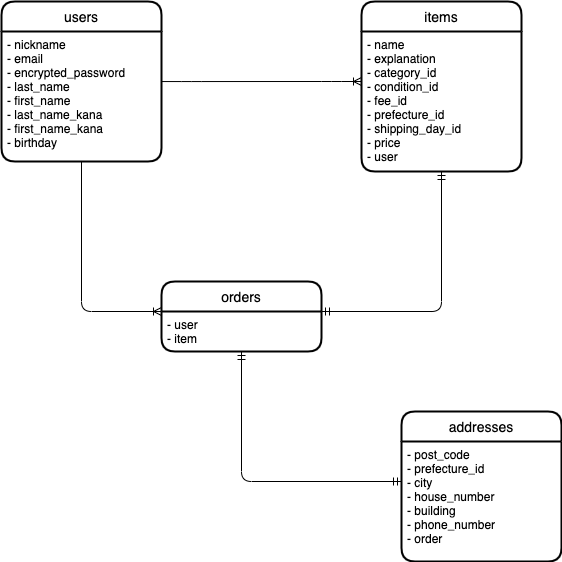
Earlier version of the draw.io export ERdiagram.drawio.png (orange-soba/furima-39531). Source tidied: cells renumbered, new cells last; positions are measured from the earlier drawing's top-left corner, leaving out a move shared by most shapes.
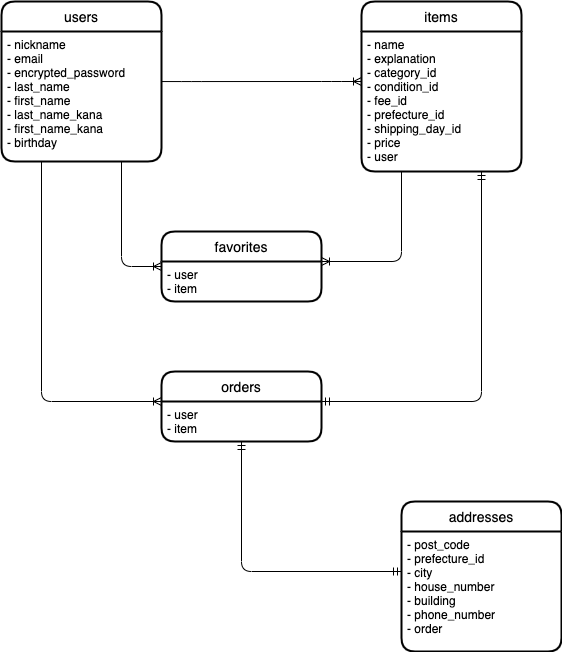
The same diagram one commit later.

Commit message:
テーブル設計

Change to the diagram source:
```diff
@@ -20,36 +20,57 @@
       </mxGeometry>
     </mxCell>
     <mxCell id="7" value="addresses" style="swimlane;horizontal=1;startSize=30;rounded=1;fontSize=14;fontStyle=0;strokeWidth=2;shadow=0;dashed=0;align=center;" parent="1" vertex="1">
-      <mxGeometry x="400" y="410" width="160" height="150" as="geometry" />
+      <mxGeometry x="400" y="500" width="160" height="150" as="geometry" />
     </mxCell>
     <mxCell id="8" value="- post_code&#10;- prefecture_id&#10;- city&#10;- house_number&#10;- building&#10;- phone_number&#10;- order" style="align=left;strokeColor=none;fillColor=none;spacingLeft=4;fontSize=12;verticalAlign=top;" parent="7" vertex="1">
       <mxGeometry y="30" width="160" height="120" as="geometry" />
     </mxCell>
     <mxCell id="9" value="orders" style="swimlane;horizontal=1;startSize=30;rounded=1;fontSize=14;fontStyle=0;strokeWidth=2;shadow=0;dashed=0;align=center;" parent="1" vertex="1">
-      <mxGeometry x="160" y="280" width="160" height="70" as="geometry" />
+      <mxGeometry x="160" y="370" width="160" height="70" as="geometry" />
     </mxCell>
     <mxCell id="10" value="- user&#10;- item" style="align=left;strokeColor=none;fillColor=none;spacingLeft=4;fontSize=12;verticalAlign=top;" parent="9" vertex="1">
       <mxGeometry y="30" width="160" height="40" as="geometry" />
     </mxCell>
-    <mxCell id="11" style="edgeStyle=orthogonalEdgeStyle;fontSize=12;html=1;endArrow=ERoneToMany;entryX=0;entryY=0;entryDx=0;entryDy=0;startArrow=none;startFill=0;sourcePerimeterSpacing=0;exitX=0.5;exitY=1;exitDx=0;exitDy=0;" parent="1" edge="1" source="3" target="10">
+    <mxCell id="11" style="edgeStyle=orthogonalEdgeStyle;fontSize=12;html=1;endArrow=ERoneToMany;entryX=0;entryY=0;entryDx=0;entryDy=0;startArrow=none;startFill=0;sourcePerimeterSpacing=0;" parent="1" edge="1" target="10">
       <mxGeometry relative="1" as="geometry">
+        <mxPoint x="40" y="160" as="sourcePoint" />
         <Array as="points">
-          <mxPoint x="80" y="310" />
+          <mxPoint x="40" y="160" />
+          <mxPoint x="40" y="400" />
         </Array>
       </mxGeometry>
     </mxCell>
-    <mxCell id="12" style="edgeStyle=orthogonalEdgeStyle;fontSize=12;html=1;endArrow=ERmandOne;startArrow=ERmandOne;sourcePerimeterSpacing=0;entryX=0.5;entryY=1;entryDx=0;entryDy=0;" parent="1" edge="1" target="5">
+    <mxCell id="12" style="edgeStyle=orthogonalEdgeStyle;fontSize=12;html=1;endArrow=ERmandOne;startArrow=ERmandOne;sourcePerimeterSpacing=0;entryX=0.75;entryY=1;entryDx=0;entryDy=0;" parent="1" edge="1" target="5">
       <mxGeometry relative="1" as="geometry">
-        <mxPoint x="320" y="310" as="sourcePoint" />
+        <mxPoint x="320" y="400" as="sourcePoint" />
+        <Array as="points">
+          <mxPoint x="480" y="400" />
+        </Array>
       </mxGeometry>
     </mxCell>
     <mxCell id="13" style="edgeStyle=orthogonalEdgeStyle;fontSize=12;html=1;endArrow=ERmandOne;startArrow=ERmandOne;sourcePerimeterSpacing=0;exitX=0.5;exitY=1;exitDx=0;exitDy=0;" parent="1" edge="1" source="10">
       <mxGeometry relative="1" as="geometry">
-        <mxPoint x="400" y="480" as="targetPoint" />
+        <mxPoint x="400" y="570" as="targetPoint" />
         <Array as="points">
-          <mxPoint x="240" y="480" />
+          <mxPoint x="240" y="570" />
         </Array>
       </mxGeometry>
     </mxCell>
+    <mxCell id="14" value="favorites" style="swimlane;horizontal=1;startSize=30;rounded=1;fontSize=14;fontStyle=0;strokeWidth=2;shadow=0;dashed=0;align=center;" parent="1" vertex="1">
+      <mxGeometry x="160" y="230" width="160" height="70" as="geometry" />
+    </mxCell>
+    <mxCell id="15" value="- user&#10;- item" style="align=left;strokeColor=none;fillColor=none;spacingLeft=4;fontSize=12;verticalAlign=top;" parent="14" vertex="1">
+      <mxGeometry y="30" width="160" height="40" as="geometry" />
+    </mxCell>
+    <mxCell id="16" style="edgeStyle=orthogonalEdgeStyle;fontSize=12;html=1;endArrow=ERoneToMany;exitX=0.75;exitY=1;exitDx=0;exitDy=0;entryX=0;entryY=0.5;entryDx=0;entryDy=0;" parent="1" edge="1" source="3" target="14">
+      <mxGeometry relative="1" as="geometry" />
+    </mxCell>
+    <mxCell id="17" style="edgeStyle=orthogonalEdgeStyle;fontSize=12;html=1;endArrow=ERoneToMany;exitX=0.25;exitY=1;exitDx=0;exitDy=0;entryX=1;entryY=0;entryDx=0;entryDy=0;" parent="1" edge="1" source="5" target="15">
+      <mxGeometry relative="1" as="geometry">
+        <Array as="points">
+          <mxPoint x="400" y="260" />
+        </Array>
+      </mxGeometry>
+    </mxCell>
   </root>
 </mxGraphModel>
```
